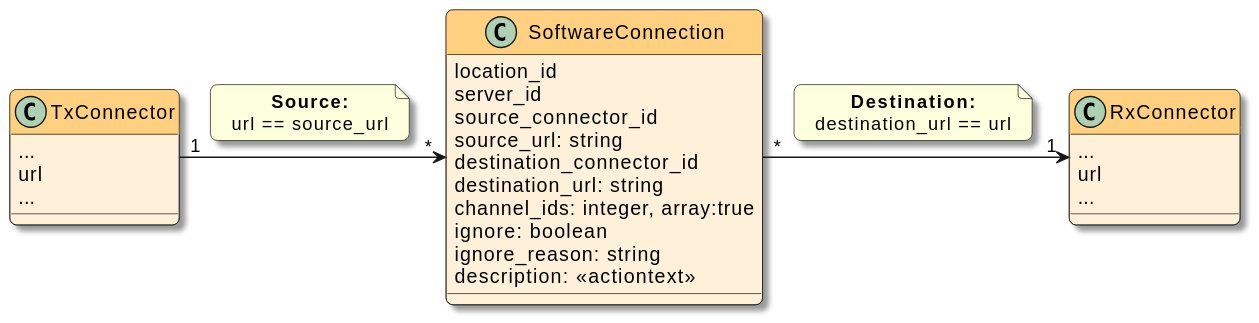
swobspace/mirco keeps this PlantUML diagram as public/docs/dev-notes/_images/software-connections.svg. Above is the earlier version.
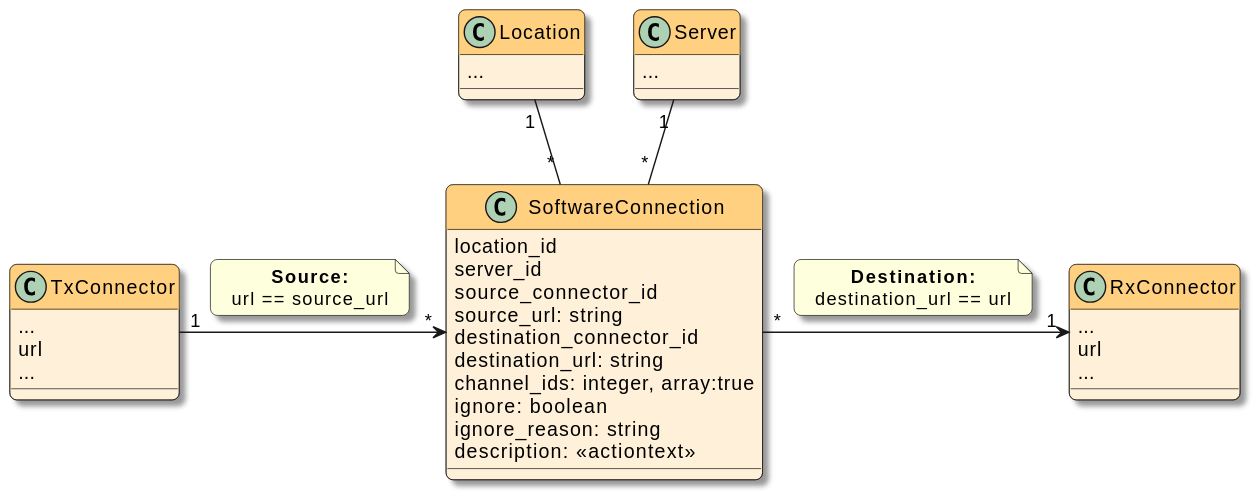
After the change.

Change to the diagram source:
```diff
@@ -1,6 +1,14 @@
 @startuml
 
 !theme mirco from .
+
+class Location {
+  ...
+}
+
+class Server {
+  ...
+}
 
 class TxConnector {
   ...
@@ -27,6 +35,9 @@
   ...
 }
 
+Location "1" -- "*" SoftwareConnection
+Server "1" -- "*" SoftwareConnection
+
 TxConnector "1" -> "*" SoftwareConnection
 note on link
 **Source:**
```
